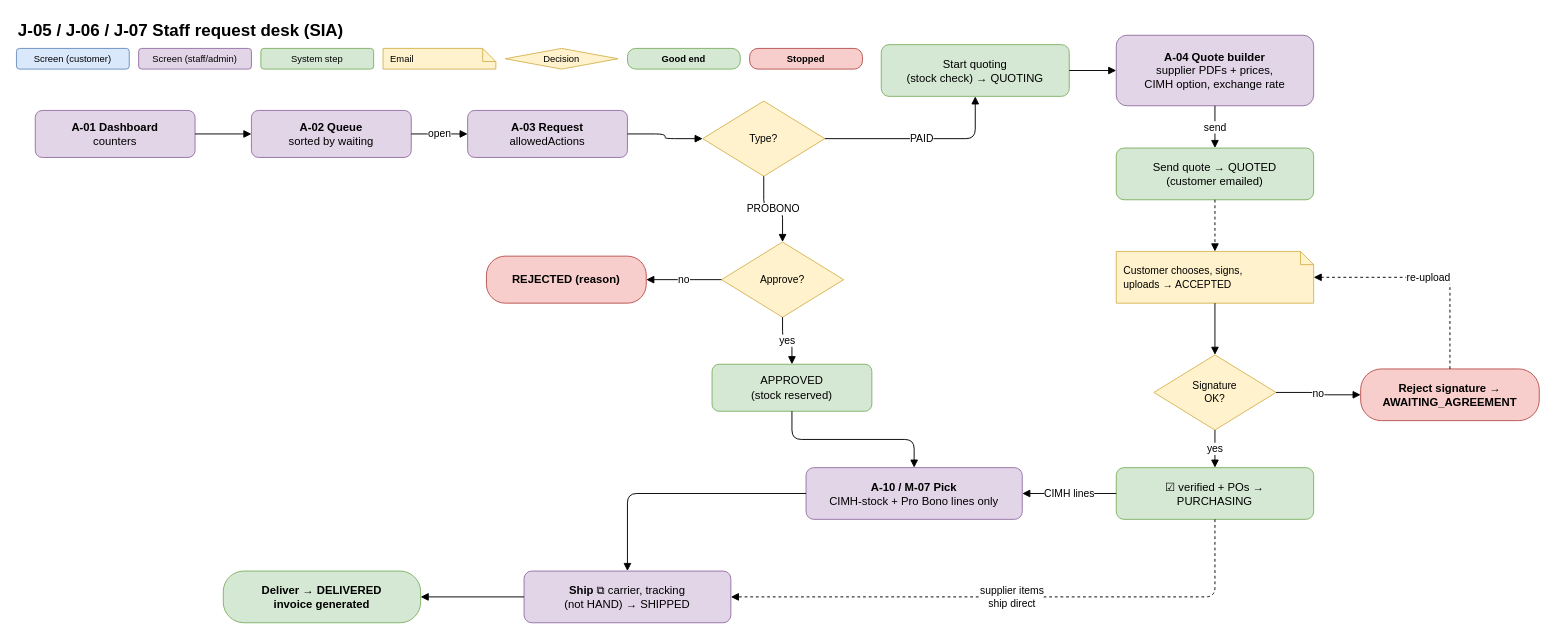
Earlier version of the draw.io diagram docs/manual/diagrams/26-journey-staff-desk.drawio (tajay59/SIA_v2). Source tidied: cells renumbered, new cells numbered last; positions are measured from the earlier drawing's top-left corner, leaving out a move shared by most shapes. Both pictures are drawn from the tidied source at 94%, with x=0, y=0 at pixel (16, 16).
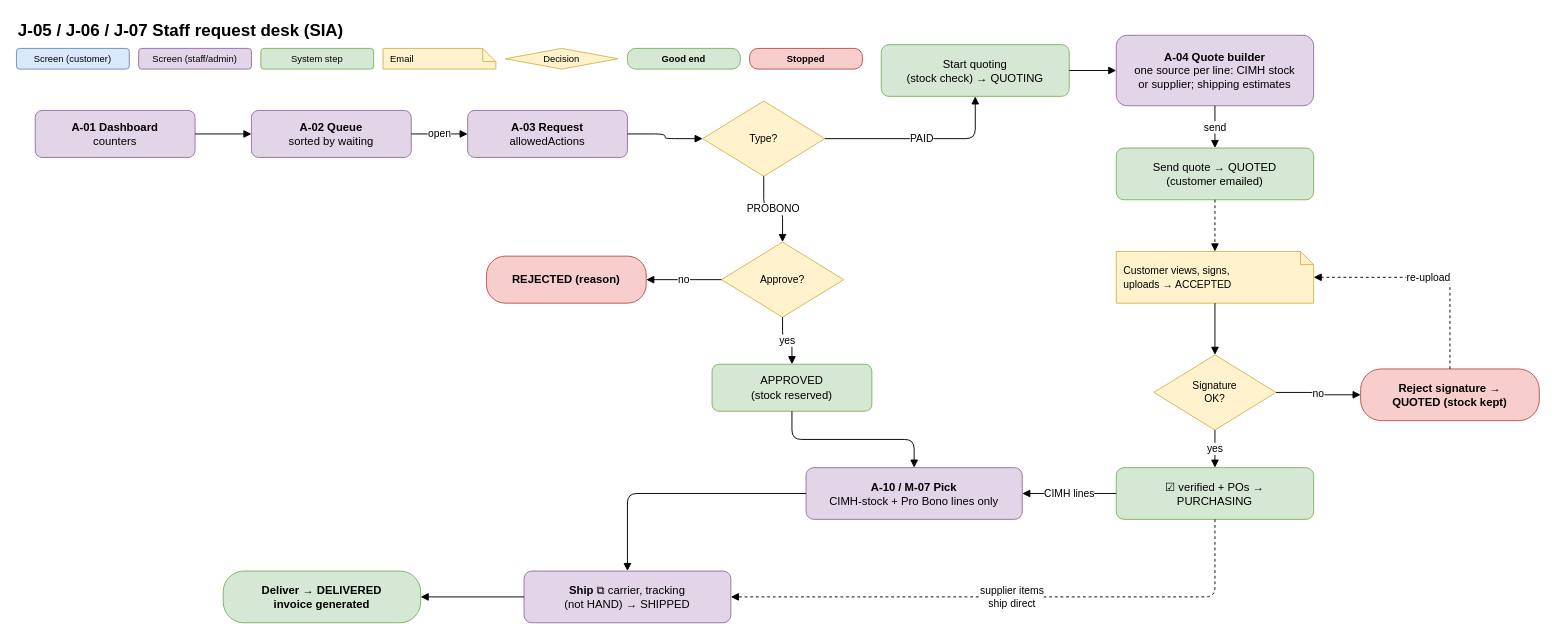
After the change.

Change to the diagram source:
```diff
@@
-    <mxCell id="8" value="&lt;b&gt;A-04 Quote builder&lt;/b&gt;&lt;br&gt;supplier PDFs + prices,&lt;br&gt;CIMH option, exchange rate" style="rounded=1;whiteSpace=wrap;html=1;fillColor=#e1d5e7;strokeColor=#9673a6;fontFamily=Helvetica;fontSize=12;" parent="1" vertex="1">
+    <mxCell id="8" value="&lt;b&gt;A-04 Quote builder&lt;/b&gt;&lt;br&gt;one source per line: CIMH stock&lt;br&gt;or supplier; shipping estimates" style="rounded=1;whiteSpace=wrap;html=1;fillColor=#e1d5e7;strokeColor=#9673a6;fontFamily=Helvetica;fontSize=12;" parent="1" vertex="1">
       <mxGeometry x="1170" y="20" width="210" height="75" as="geometry" />
     </mxCell>
@@
-    <mxCell id="10" value="Customer chooses, signs,&lt;br&gt;uploads → ACCEPTED" style="shape=note;whiteSpace=wrap;html=1;size=14;fillColor=#fff2cc;strokeColor=#d6b656;align=left;spacingLeft=6;fontFamily=Helvetica;fontSize=12;fontSize=11;" parent="1" vertex="1">
+    <mxCell id="10" value="Customer views, signs,&lt;br&gt;uploads → ACCEPTED" style="shape=note;whiteSpace=wrap;html=1;size=14;fillColor=#fff2cc;strokeColor=#d6b656;align=left;spacingLeft=6;fontFamily=Helvetica;fontSize=12;fontSize=11;" parent="1" vertex="1">
       <mxGeometry x="1170" y="250" width="210" height="55" as="geometry" />
     </mxCell>
@@
-    <mxCell id="12" value="Reject signature →&lt;br&gt;AWAITING_AGREEMENT" style="rounded=1;whiteSpace=wrap;html=1;fillColor=#f8cecc;strokeColor=#b85450;fontFamily=Helvetica;fontSize=12;arcSize=40;fontStyle=1;" parent="1" vertex="1">
+    <mxCell id="12" value="Reject signature →&lt;br&gt;QUOTED (stock kept)" style="rounded=1;whiteSpace=wrap;html=1;fillColor=#f8cecc;strokeColor=#b85450;fontFamily=Helvetica;fontSize=12;arcSize=40;fontStyle=1;" parent="1" vertex="1">
       <mxGeometry x="1430" y="375" width="190" height="55" as="geometry" />
     </mxCell>
```
